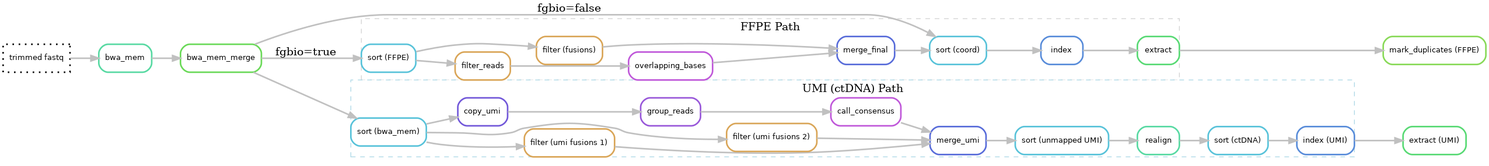
This is docs/images/alignment.png from genomic-medicine-sweden/Twist_Solid, a Graphviz export, as it was before one commit. Its source is kept beside it as docs/images/alignment.dot.
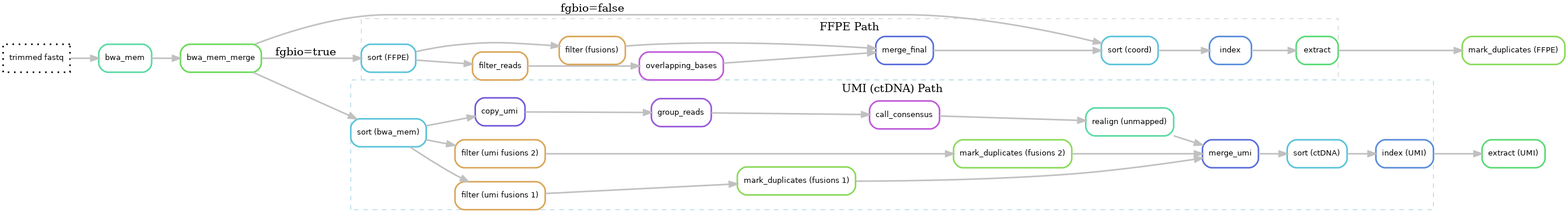
Later version of the same file.

Diff of the diagram source:
```diff
@@ -49,9 +49,10 @@
         20[label = "copy_umi", color = "0.70 0.6 0.85", style="rounded"];
         21[label = "group_reads", color = "0.75 0.6 0.85", style="rounded"];
         22[label = "call_consensus", color = "0.80 0.6 0.85", style="rounded"];
+        re_unm[label = "realign (unmapped)", color = "0.43 0.6 0.85", style="rounded"];
+        d_f1[label = "mark_duplicates (fusions 1)", color = "0.27 0.6 0.85", style="rounded"];
+        d_f2[label = "mark_duplicates (fusions 2)", color = "0.27 0.6 0.85", style="rounded"];
         m2[label = "merge_umi", color = "0.64 0.6 0.85", style="rounded"];
-        s_umi_unm[label = "sort (unmapped UMI)", color = "0.53 0.6 0.85", style="rounded"];
-        re[label = "realign", color = "0.43 0.6 0.85", style="rounded"];
         s2[label = "sort (ctDNA)", color = "0.53 0.6 0.85", style="rounded"];
         i2[label = "index (UMI)", color = "0.60 0.6 0.85", style="rounded"];
         ex2[label = "extract (UMI)", color = "0.37 0.6 0.85", style="rounded"];
@@ -61,12 +62,13 @@
         s0 -> 20
         20 -> 21
         21 -> 22
-        22 -> m2
-        f2f1 -> m2
-        f2f2 -> m2
-        m2 -> s_umi_unm
-        s_umi_unm -> re
-        re -> s2
+        22 -> re_unm
+        f2f1 -> d_f1
+        f2f2 -> d_f2
+        d_f1 -> m2
+        d_f2 -> m2
+        re_unm -> m2
+        m2 -> s2
         s2 -> i2
         i2 -> ex2
     }
```
